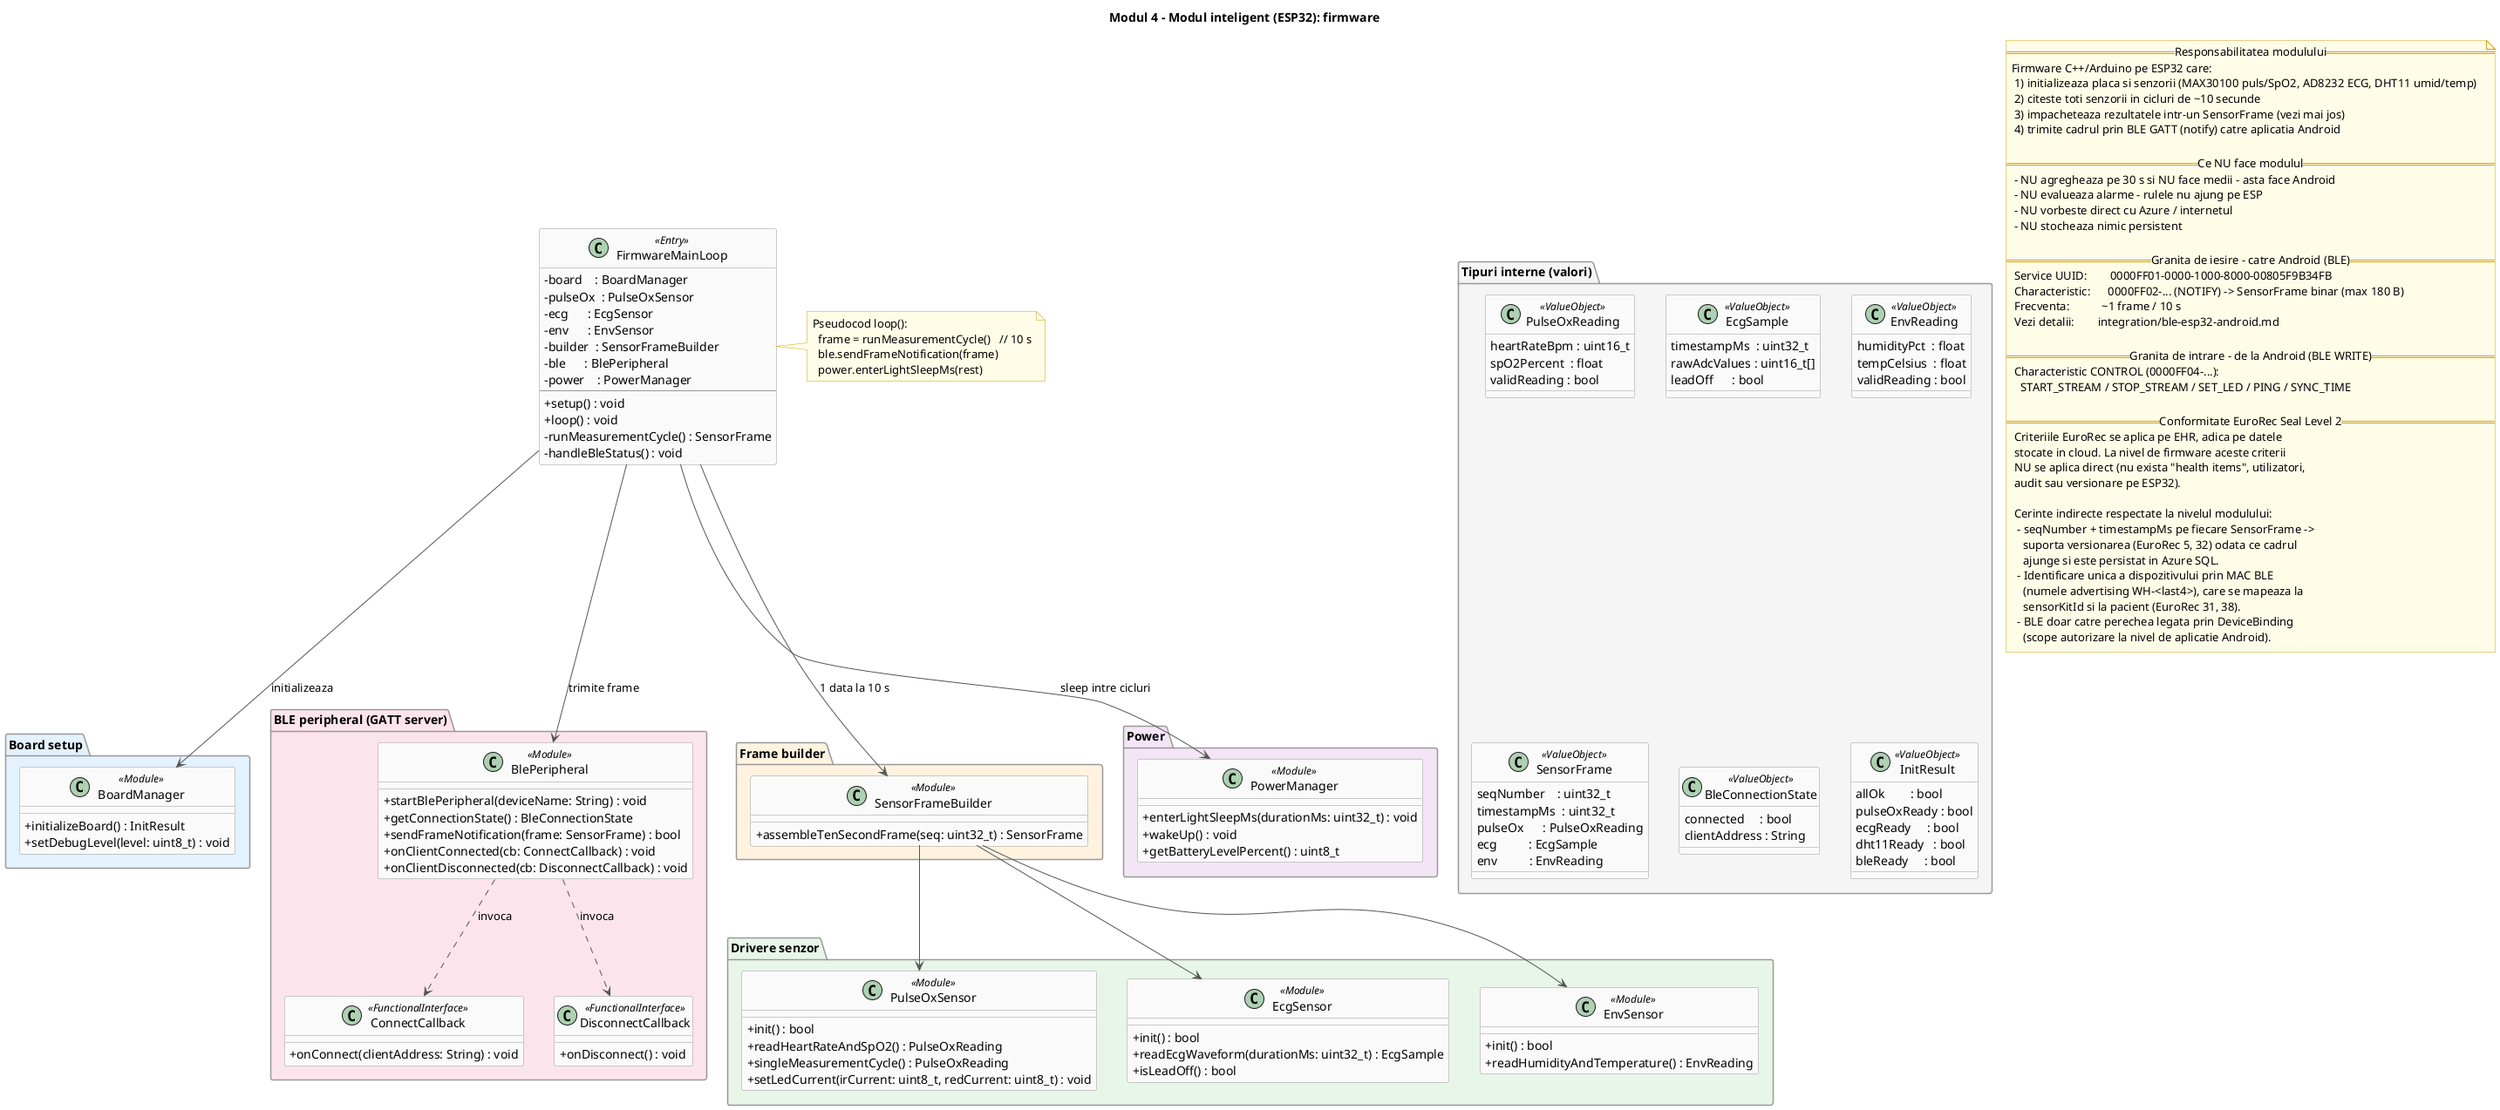
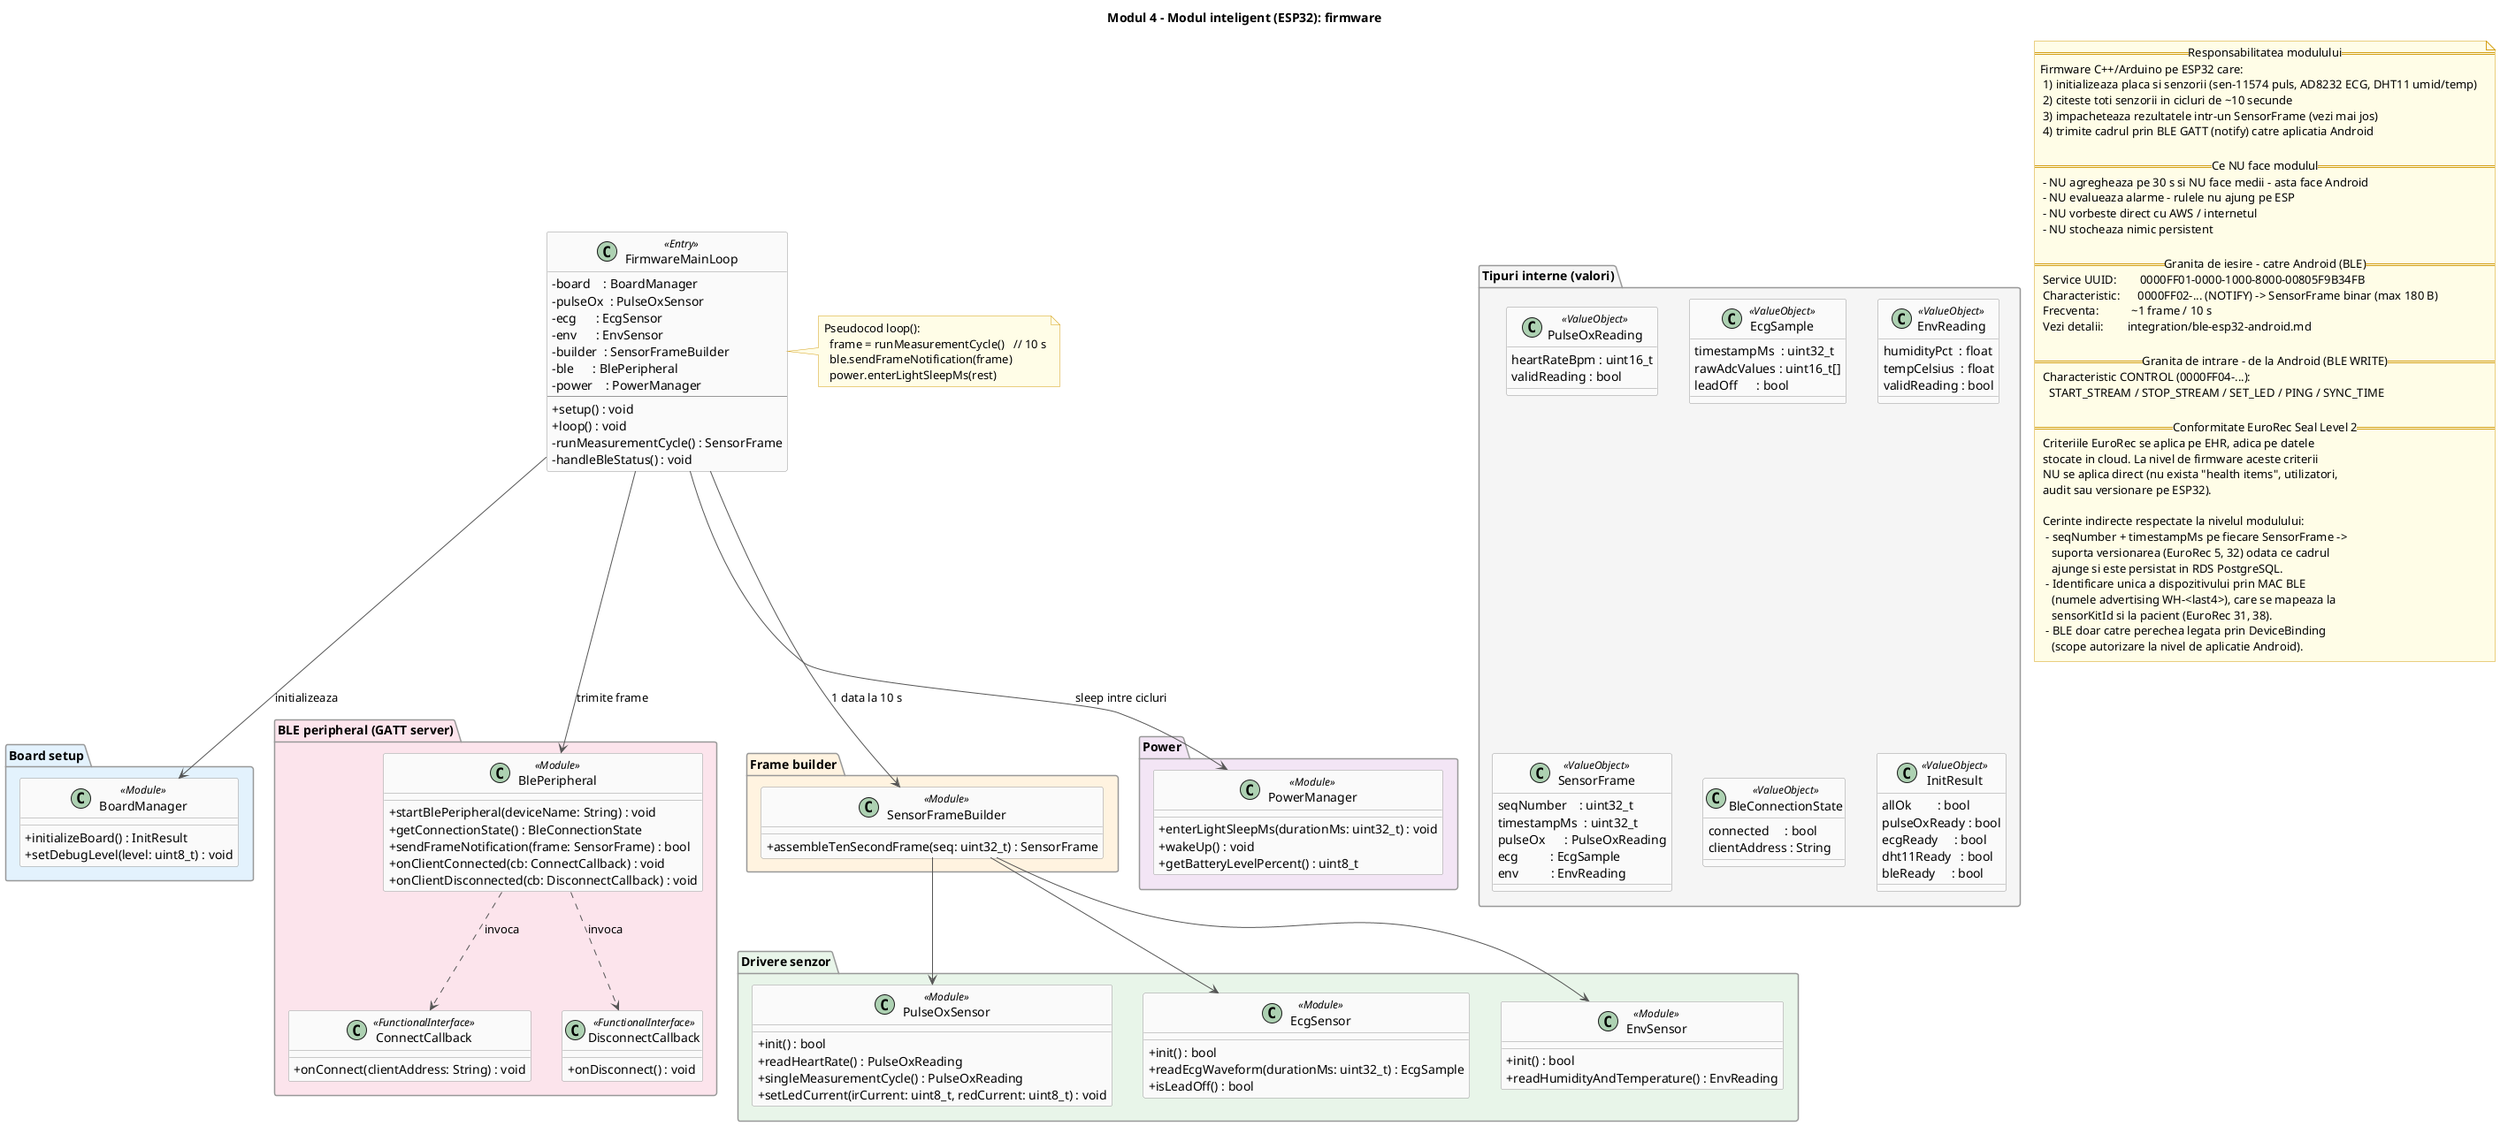
@startuml api-module4-esp32
title Modul 4 - Modul inteligent (ESP32): firmware

skinparam classAttributeIconSize 0
skinparam ClassBackgroundColor #FAFAFA
skinparam ClassBorderColor #999999
skinparam ArrowColor #555555
skinparam NoteBackgroundColor #FFFDE7
skinparam NoteBorderColor #D4A017
skinparam PackageBackgroundColor transparent
skinparam PackageBorderColor #999999

' ============================================================
' CONTRACT MODUL (ce are studentul pe responsabilitate)
' ============================================================
note as CONTRACT
  == Responsabilitatea modulului ==
  Firmware C++/Arduino pe ESP32 care:
-    1) initializeaza placa si senzorii (MAX30100 puls/SpO2, AD8232 ECG, DHT11 umid/temp)
+    1) initializeaza placa si senzorii (sen-11574 puls, AD8232 ECG, DHT11 umid/temp)
   2) citeste toti senzorii in cicluri de ~10 secunde
   3) impacheteaza rezultatele intr-un SensorFrame (vezi mai jos)
   4) trimite cadrul prin BLE GATT (notify) catre aplicatia Android

  == Ce NU face modulul ==
   - NU agregheaza pe 30 s si NU face medii - asta face Android
   - NU evalueaza alarme - rulele nu ajung pe ESP
-    - NU vorbeste direct cu Azure / internetul
+    - NU vorbeste direct cu AWS / internetul
   - NU stocheaza nimic persistent

  == Granita de iesire - catre Android (BLE) ==
   Service UUID:        0000FF01-0000-1000-8000-00805F9B34FB
   Characteristic:      0000FF02-... (NOTIFY) -> SensorFrame binar (max 180 B)
   Frecventa:           ~1 frame / 10 s
   Vezi detalii:        integration/ble-esp32-android.md

  == Granita de intrare - de la Android (BLE WRITE) ==
   Characteristic CONTROL (0000FF04-...):
     START_STREAM / STOP_STREAM / SET_LED / PING / SYNC_TIME

  == Conformitate EuroRec Seal Level 2 ==
   Criteriile EuroRec se aplica pe EHR, adica pe datele
   stocate in cloud. La nivel de firmware aceste criterii
   NU se aplica direct (nu exista "health items", utilizatori,
   audit sau versionare pe ESP32).

   Cerinte indirecte respectate la nivelul modulului:
    - seqNumber + timestampMs pe fiecare SensorFrame ->
      suporta versionarea (EuroRec 5, 32) odata ce cadrul
-       ajunge si este persistat in Azure SQL.
+       ajunge si este persistat in RDS PostgreSQL.
    - Identificare unica a dispozitivului prin MAC BLE
      (numele advertising WH-<last4>), care se mapeaza la
      sensorKitId si la pacient (EuroRec 31, 38).
    - BLE doar catre perechea legata prin DeviceBinding
      (scope autorizare la nivel de aplicatie Android).
end note

' ============================================================
' TIPURI INTERNE - Value Objects folosite in firmware
' ============================================================
package "Tipuri interne (valori)" #F5F5F5 {
  class PulseOxReading <<ValueObject>> {
    heartRateBpm : uint16_t
-     spO2Percent  : float
    validReading : bool
  }
  class EcgSample <<ValueObject>> {
    timestampMs  : uint32_t
    rawAdcValues : uint16_t[]
    leadOff      : bool
  }
  class EnvReading <<ValueObject>> {
    humidityPct  : float
    tempCelsius  : float
    validReading : bool
  }
  class SensorFrame <<ValueObject>> {
    seqNumber    : uint32_t
    timestampMs  : uint32_t
    pulseOx      : PulseOxReading
    ecg          : EcgSample
    env          : EnvReading
  }
  class BleConnectionState <<ValueObject>> {
    connected     : bool
    clientAddress : String
  }
  class InitResult <<ValueObject>> {
    allOk        : bool
    pulseOxReady : bool
    ecgReady     : bool
    dht11Ready   : bool
    bleReady     : bool
  }
}

' ============================================================
' HARDWARE / BOARD SETUP
' ============================================================
package "Board setup" #E3F2FD {
  class BoardManager <<Module>> {
    ' Initializare I2C, GPIO, seriala de debug
    + initializeBoard() : InitResult
    + setDebugLevel(level: uint8_t) : void
  }
}

' ============================================================
' DRIVERE DE SENZOR - fiecare sta pe propriul pin/I2C
' ============================================================
package "Drivere senzor" #E8F5E9 {
  class PulseOxSensor <<Module>> {
-     ' MAX30100 pe I2C (0x57). Masoara puls + SpO2.
+     ' sen-11574 pe I2C (0x57). Masoara puls.
    + init() : bool
-     + readHeartRateAndSpO2() : PulseOxReading
+     + readHeartRate() : PulseOxReading
    + singleMeasurementCycle() : PulseOxReading
    + setLedCurrent(irCurrent: uint8_t, redCurrent: uint8_t) : void
  }
  class EcgSensor <<Module>> {
    ' AD8232 pe ADC analogic. Verifica leadOff pe pini GPIO.
    + init() : bool
    + readEcgWaveform(durationMs: uint32_t) : EcgSample
    + isLeadOff() : bool
  }
  class EnvSensor <<Module>> {
    ' DHT11 pe 1 pin digital. Umiditate + temperatura.
    + init() : bool
    + readHumidityAndTemperature() : EnvReading
  }
}

' ============================================================
' ASAMBLARE CADRU - compune SensorFrame din cei 3 senzori
' ============================================================
package "Frame builder" #FFF3E0 {
  class SensorFrameBuilder <<Module>> {
    ' Apeleaza cei 3 driveri si construieste SensorFrame.
    ' IMPORTANT: seqNumber e crescator si se reseteaza la reboot.
    + assembleTenSecondFrame(seq: uint32_t) : SensorFrame
  }
}

' ============================================================
' BLE PERIPHERAL - GATT server expus catre Android
' ============================================================
package "BLE peripheral (GATT server)" #FCE4EC {
  class BlePeripheral <<Module>> {
    ' Expune serviciul GATT si caracteristicile.
    ' Trimite SensorFrame ca payload binar (little-endian).
    + startBlePeripheral(deviceName: String) : void
    + getConnectionState() : BleConnectionState
    + sendFrameNotification(frame: SensorFrame) : bool
    + onClientConnected(cb: ConnectCallback) : void
    + onClientDisconnected(cb: DisconnectCallback) : void
  }
  class ConnectCallback <<FunctionalInterface>> {
    + onConnect(clientAddress: String) : void
  }
  class DisconnectCallback <<FunctionalInterface>> {
    + onDisconnect() : void
  }
}

' ============================================================
' ENERGIE
' ============================================================
package "Power" #F3E5F5 {
  class PowerManager <<Module>> {
    ' Light-sleep intre cicluri (economie baterie).
    + enterLightSleepMs(durationMs: uint32_t) : void
    + wakeUp() : void
    + getBatteryLevelPercent() : uint8_t
  }
}

' ============================================================
' MAIN LOOP - punct de intrare firmware (setup + loop)
' ============================================================
class FirmwareMainLoop <<Entry>> {
  - board    : BoardManager
  - pulseOx  : PulseOxSensor
  - ecg      : EcgSensor
  - env      : EnvSensor
  - builder  : SensorFrameBuilder
  - ble      : BlePeripheral
  - power    : PowerManager
  --
  + setup() : void
  + loop() : void
  - runMeasurementCycle() : SensorFrame
  - handleBleStatus() : void
}

' --- Relatii ---
FirmwareMainLoop --> BoardManager         : initializeaza
FirmwareMainLoop --> SensorFrameBuilder   : 1 data la 10 s
FirmwareMainLoop --> BlePeripheral        : trimite frame
FirmwareMainLoop --> PowerManager         : sleep intre cicluri
SensorFrameBuilder --> PulseOxSensor
SensorFrameBuilder --> EcgSensor
SensorFrameBuilder --> EnvSensor
BlePeripheral ..> ConnectCallback         : invoca
BlePeripheral ..> DisconnectCallback      : invoca

note right of FirmwareMainLoop
  Pseudocod loop():
    frame = runMeasurementCycle()   // 10 s
    ble.sendFrameNotification(frame)
    power.enterLightSleepMs(rest)
end note

@enduml
